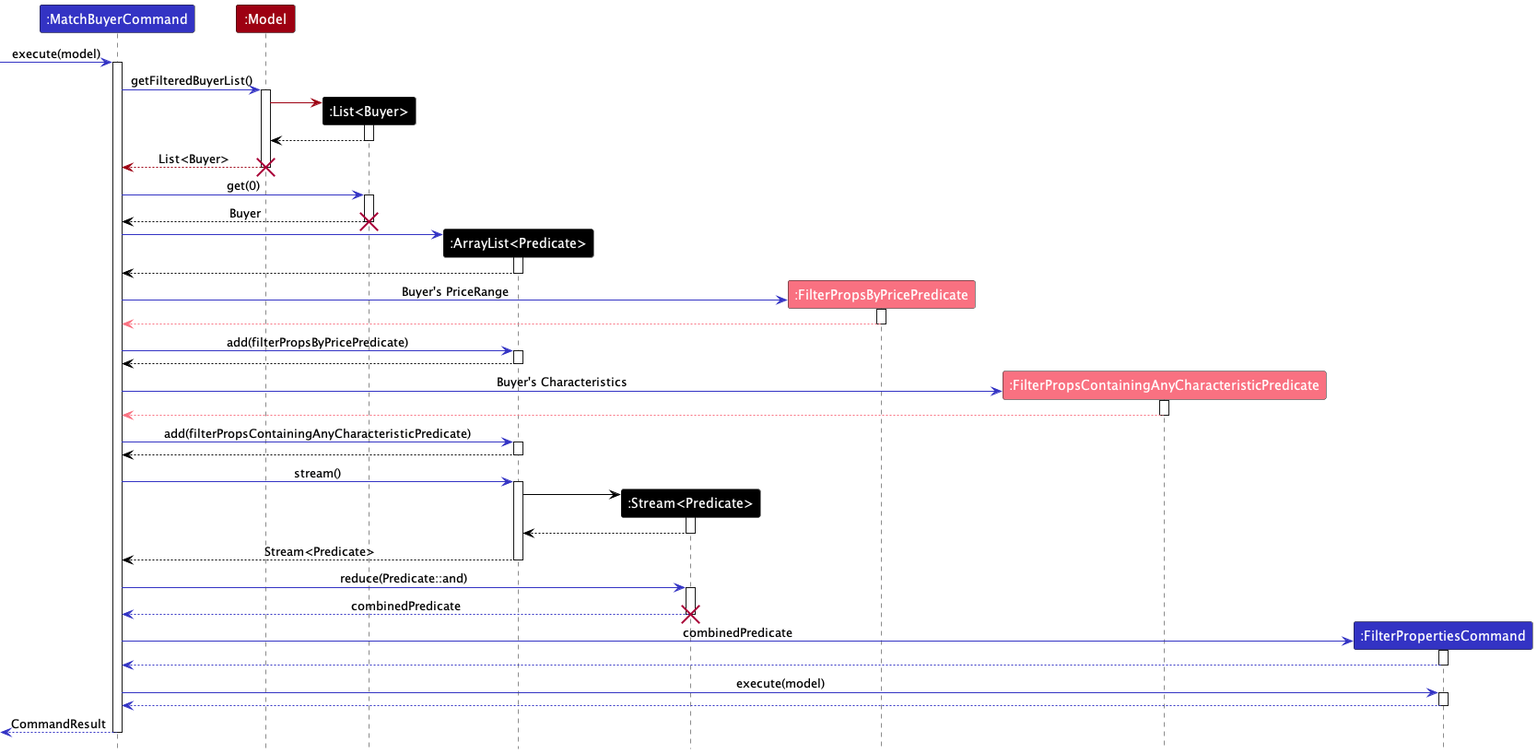
Before: docs/images/MatchBuyerCommandSequenceDiagram.png, a diagram exported from PlantUML (nus-cs2103-AY2223S1/tp).
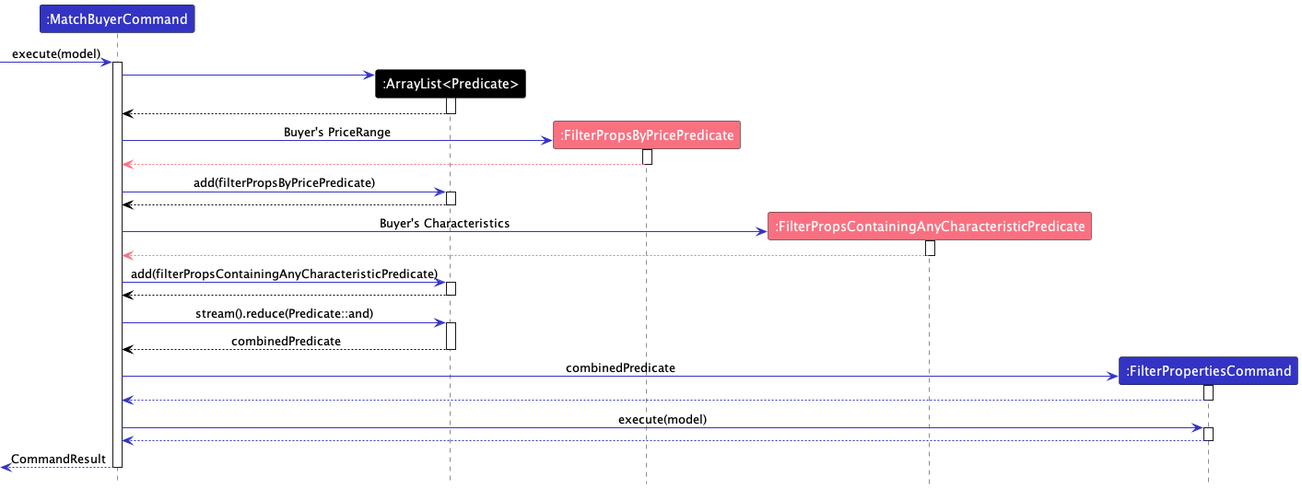
After the change.

Commit message:
Update match buyer sequence diagram

Change to the diagram source:
```diff
@@ -2,10 +2,7 @@
 !include style.puml
 
 Participant ":MatchBuyerCommand" as matchCommand LOGIC_COLOR
-Participant ":Model" as model MODEL_COLOR
-Participant ":List<Buyer>" as list USER_COLOR
 Participant ":ArrayList<Predicate>" as arrayList USER_COLOR
-Participant ":Stream<Predicate>" as stream USER_COLOR
 Participant ":FilterPropsByPricePredicate" as pricePred MODEL_COLOR_T1
 Participant ":FilterPropsContainingAnyCharacteristicPredicate" as charPred MODEL_COLOR_T1
 Participant ":FilterPropertiesCommand" as filterProps LOGIC_COLOR
@@ -13,25 +10,6 @@
 
 [-[LOGIC_COLOR]> matchCommand: execute(model)
 activate matchCommand
-
-matchCommand -[LOGIC_COLOR]> model: getFilteredBuyerList()
-activate model
-
-create list
-model -[MODEL_COLOR]> list
-activate list
-list --[USER_COLOR]> model
-deactivate list
-
-model --[MODEL_COLOR]> matchCommand: List<Buyer>
-deactivate model
-destroy model
-
-matchCommand -[LOGIC_COLOR]> list: get(0)
-activate list
-list --[USER_COLOR]> matchCommand: Buyer
-deactivate list
-destroy list
 
 create arrayList
 matchCommand -[LOGIC_COLOR]> arrayList
@@ -61,23 +39,10 @@
 arrayList --[USER_COLOR]> matchCommand
 deactivate arrayList
 
-matchCommand -[LOGIC_COLOR]> arrayList: stream()
+matchCommand -[LOGIC_COLOR]> arrayList: stream().reduce(Predicate::and)
 activate arrayList
-
-create stream
-arrayList -[USER_COLOR]> stream
-activate stream
-stream --[USER_COLOR]> arrayList
-deactivate stream
-
-arrayList --[USER_COLOR]> matchCommand: Stream<Predicate>
+arrayList --[USER_COLOR]> matchCommand: combinedPredicate
 deactivate arrayList
-
-matchCommand -[LOGIC_COLOR]> stream: reduce(Predicate::and)
-activate stream
-stream --[LOGIC_COLOR]> matchCommand: combinedPredicate
-deactivate stream
-destroy stream
 
 create filterProps
 matchCommand -[LOGIC_COLOR]> filterProps: combinedPredicate
```
